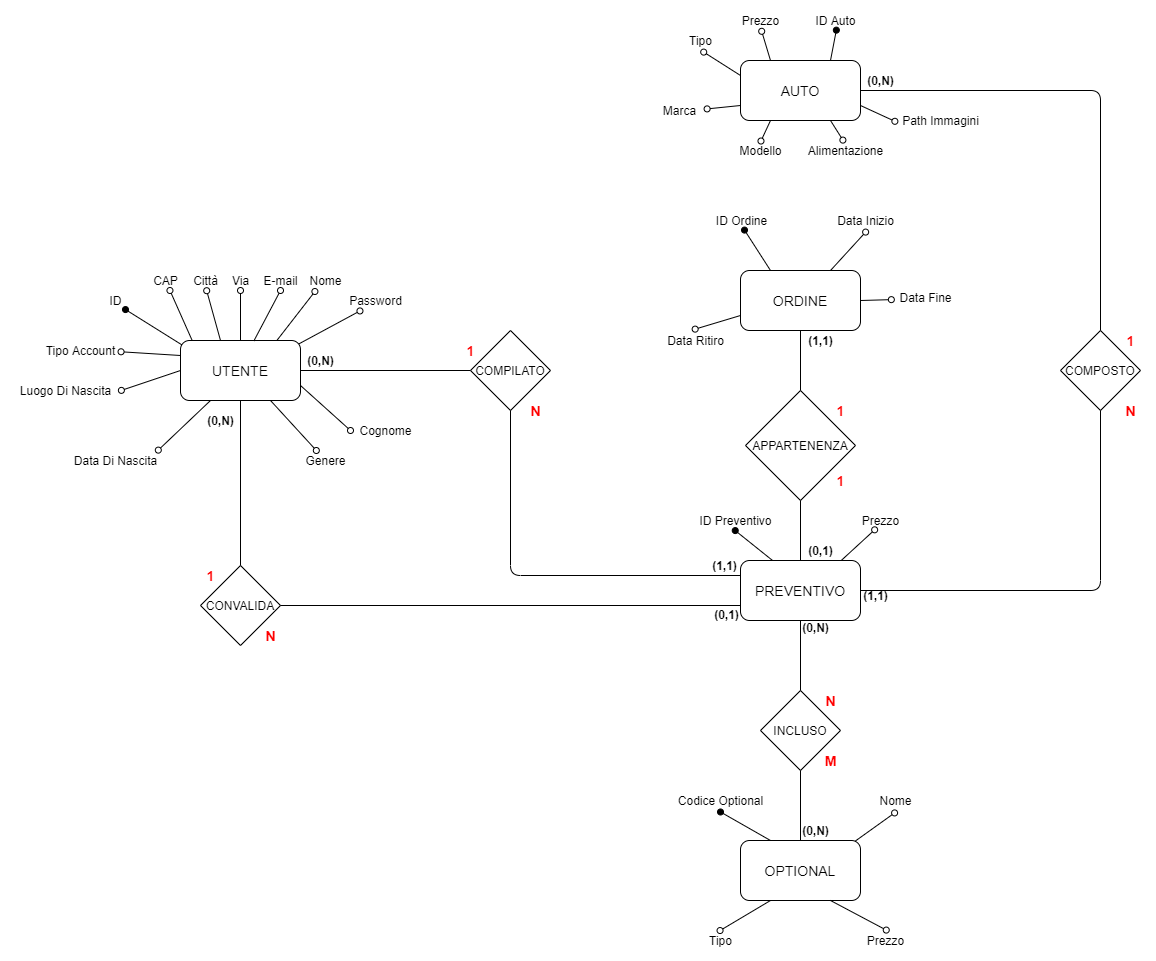
dariodidario/EasyLease keeps this draw.io diagram as Documents/System Design Document/Gestione Dati Persistenti/ER.png. Above is the earlier version. Source tidied: cells renumbered, new cells last; positions are measured from the earlier drawing's top-left corner, leaving out a move shared by most shapes.
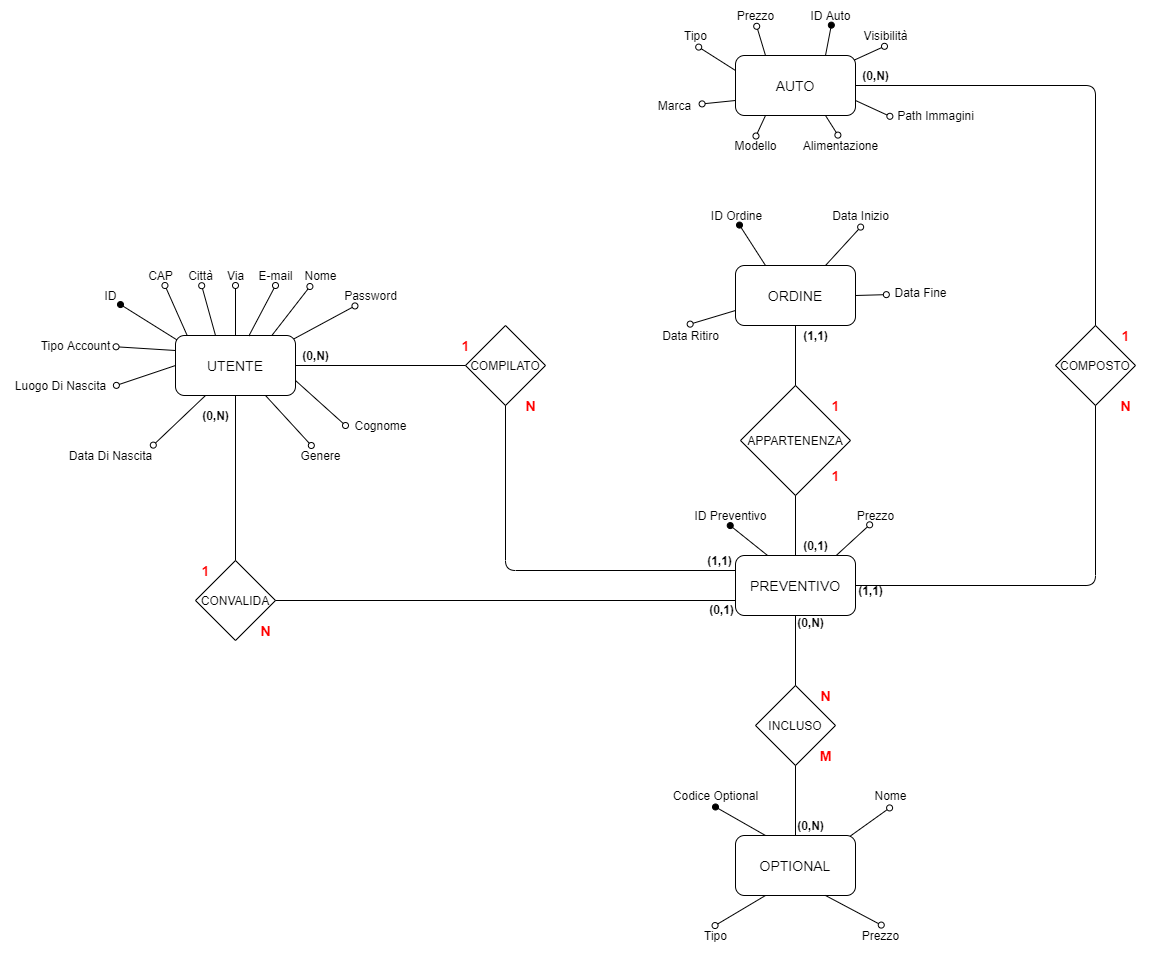
After the commit.

Commit message:
Apportate modifiche per l'ER, Mapping e Tavola entità

Aggiunto attributo visibilità(Boolean) per l'entità auto, cosi da controllare se può essere vista o no nel catalogo

The edit, as a diff of the source:
```diff
@@ -314,5 +314,11 @@
     <mxCell id="99" value="Data Ritiro" style="text;html=1;align=center;verticalAlign=middle;points=[];" parent="1" vertex="1">
       <mxGeometry x="650" y="320" width="70" height="20" as="geometry" />
     </mxCell>
+    <mxCell id="100" style="endArrow=oval;html=1;endFill=0;exitX=0.988;exitY=0.078;exitDx=0;exitDy=0;exitPerimeter=0;entryX=0.483;entryY=1.041;entryDx=0;entryDy=0;entryPerimeter=0;" parent="1" edge="1" source="79" target="101">
+      <mxGeometry relative="1" as="geometry" />
+    </mxCell>
+    <mxCell id="101" value="Visibilità" style="text;html=1;align=center;verticalAlign=middle;points=[];" parent="1" vertex="1">
+      <mxGeometry x="850" y="20" width="60" height="20" as="geometry" />
+    </mxCell>
   </root>
 </mxGraphModel>
```
